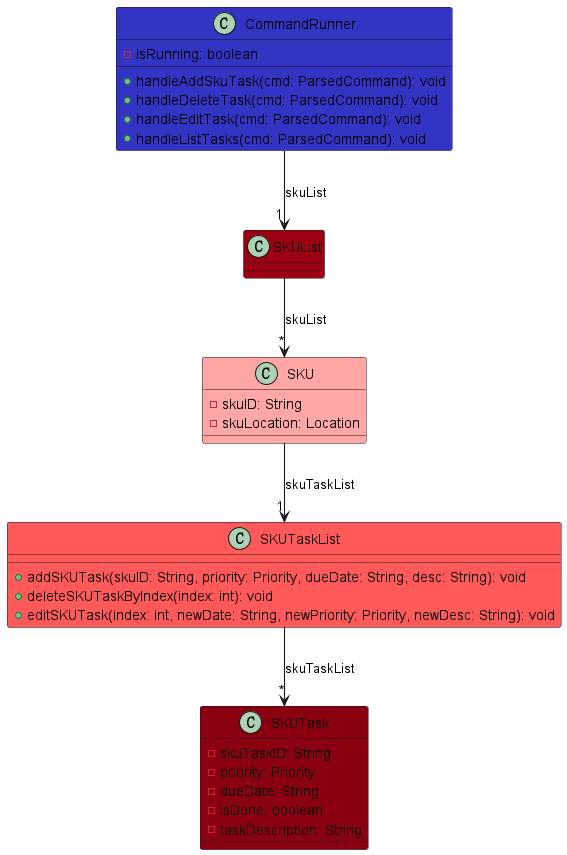
heehaw1234/tp keeps this PlantUML diagram as docs/plantUML/skutask-operations/skutask-architecture.png. Above is the earlier version.
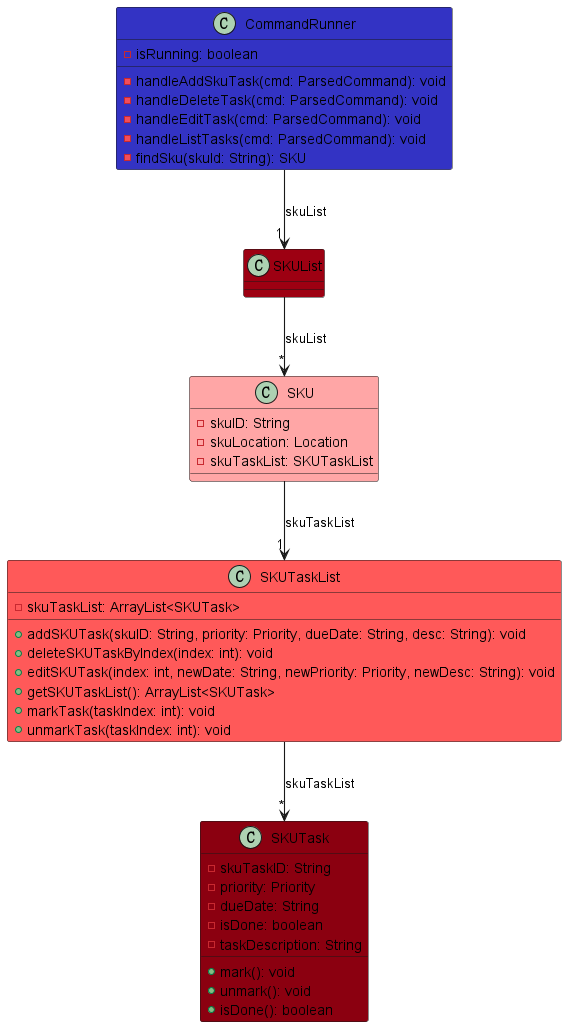
Above is the later version.

Commit message:
updated PUML for skutask-architecture

Change to the diagram source:
```diff
@@ -4,10 +4,11 @@
 
 class CommandRunner LOGIC_COLOR {
   - isRunning: boolean
-  + handleAddSkuTask(cmd: ParsedCommand): void
-  + handleDeleteTask(cmd: ParsedCommand): void
-  + handleEditTask(cmd: ParsedCommand): void
-  + handleListTasks(cmd: ParsedCommand): void
+  - handleAddSkuTask(cmd: ParsedCommand): void
+  - handleDeleteTask(cmd: ParsedCommand): void
+  - handleEditTask(cmd: ParsedCommand): void
+  - handleListTasks(cmd: ParsedCommand): void
+  - findSku(skuId: String): SKU
 }
 
 class SKUList MODEL_COLOR {
@@ -16,12 +17,17 @@
 class SKU MODEL_COLOR_T1 {
   - skuID: String
   - skuLocation: Location
+  - skuTaskList: SKUTaskList
 }
 
 class SKUTaskList MODEL_COLOR_T2 {
+  - skuTaskList: ArrayList<SKUTask>
   + addSKUTask(skuID: String, priority: Priority, dueDate: String, desc: String): void
   + deleteSKUTaskByIndex(index: int): void
   + editSKUTask(index: int, newDate: String, newPriority: Priority, newDesc: String): void
+  + getSKUTaskList(): ArrayList<SKUTask>
+  + markTask(taskIndex: int): void
+  + unmarkTask(taskIndex: int): void
 }
 
 class SKUTask MODEL_COLOR_T3 {
@@ -30,6 +36,9 @@
   - dueDate: String
   - isDone: boolean
   - taskDescription: String
+  + mark(): void
+  + unmark(): void
+  + isDone(): boolean
 }
 
 CommandRunner -down-> "1" SKUList : skuList
```
